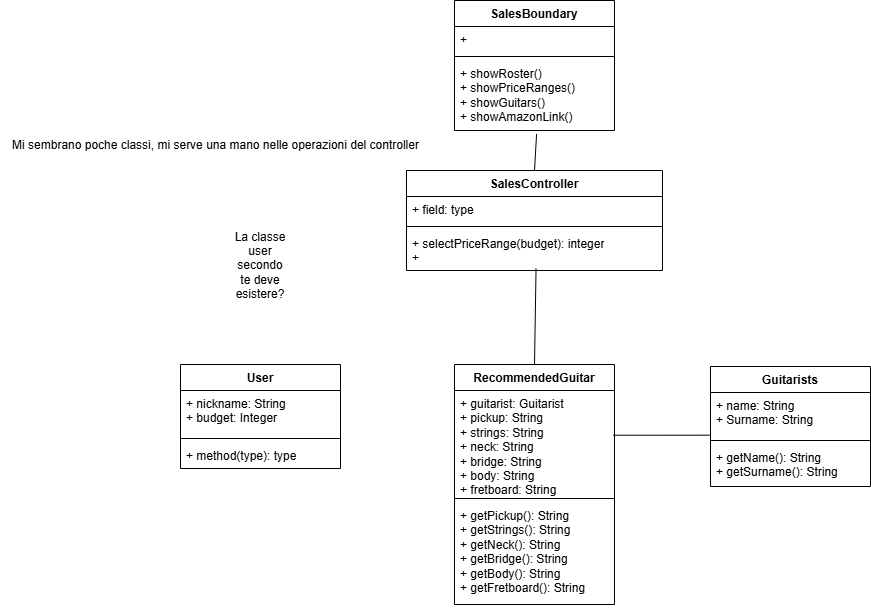
The draw.io diagram diagrams/BCEM.drawio.png in TizianoLilli/ISPW-Project, before a commit. Source tidied: cells renumbered, new cells last; positions are measured from the earlier drawing's top-left corner, leaving out a move shared by most shapes.
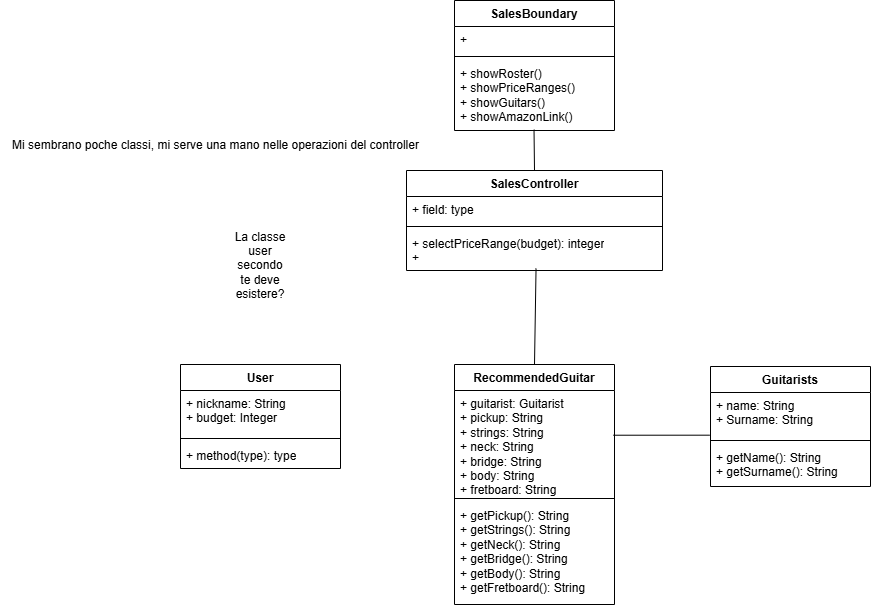
The same file after the commit.

Change to the diagram source:
```diff
@@ -68,7 +68,7 @@
     <mxCell id="23" style="endArrow=none;html=1;rounded=0;exitX=0.992;exitY=0.43;exitDx=0;exitDy=0;entryX=-0.004;entryY=0.97;entryDx=0;entryDy=0;entryPerimeter=0;exitPerimeter=0;" parent="1" edge="1" source="7" target="3">
       <mxGeometry relative="1" as="geometry" />
     </mxCell>
-    <mxCell id="24" style="endArrow=none;html=1;rounded=0;exitX=0.513;exitY=1.051;exitDx=0;exitDy=0;entryX=0.5;entryY=0;entryDx=0;entryDy=0;exitPerimeter=0;" parent="1" edge="1" source="21" target="14">
+    <mxCell id="24" style="endArrow=none;html=1;rounded=0;exitX=0.497;exitY=0.988;exitDx=0;exitDy=0;entryX=0.5;entryY=0;entryDx=0;entryDy=0;exitPerimeter=0;" parent="1" edge="1" source="21" target="14">
       <mxGeometry relative="1" as="geometry" />
     </mxCell>
     <mxCell id="25" value="Mi sembrano poche classi, mi serve una mano nelle operazioni del controller" style="text;html=1;align=center;verticalAlign=middle;strokeColor=none;fillColor=none;" parent="1" vertex="1">
```
